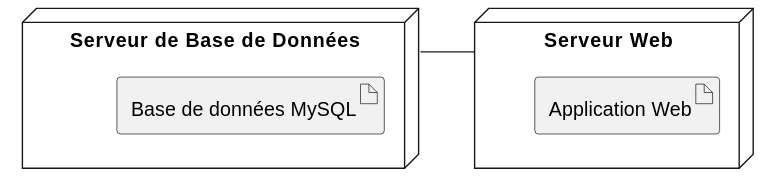
Above: out/plant_uml/deploymentRepresentation/deploymentRepresentation.svg in gigl-uml/Guide_uml_polymtl (PlantUML), before the change.
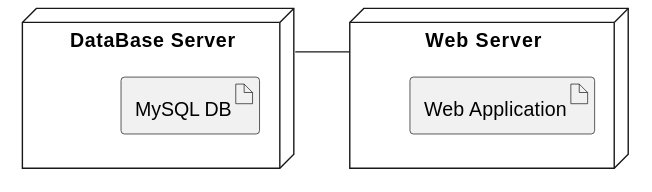
The same file after the commit.

What changed in the source:
```diff
@@ -2,12 +2,12 @@
 
 skinparam linetype ortho
 
-node "Serveur de Base de Données" as DB {
-  artifact "Base de données MySQL"
+node "DataBase Server" as DB {
+  artifact "MySQL DB"
 }
 
-node "Serveur Web" as webServer {
-  artifact "Application Web"
+node "Web Server" as webServer {
+  artifact "Web Application"
 }
 
 DB -r-- webServer
```
